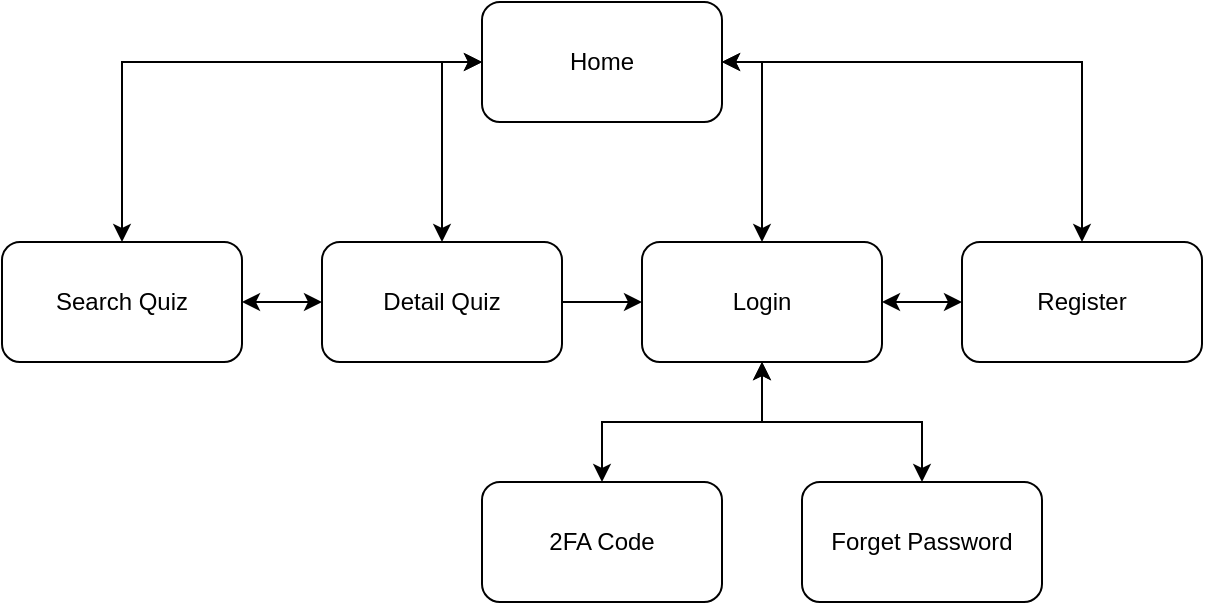
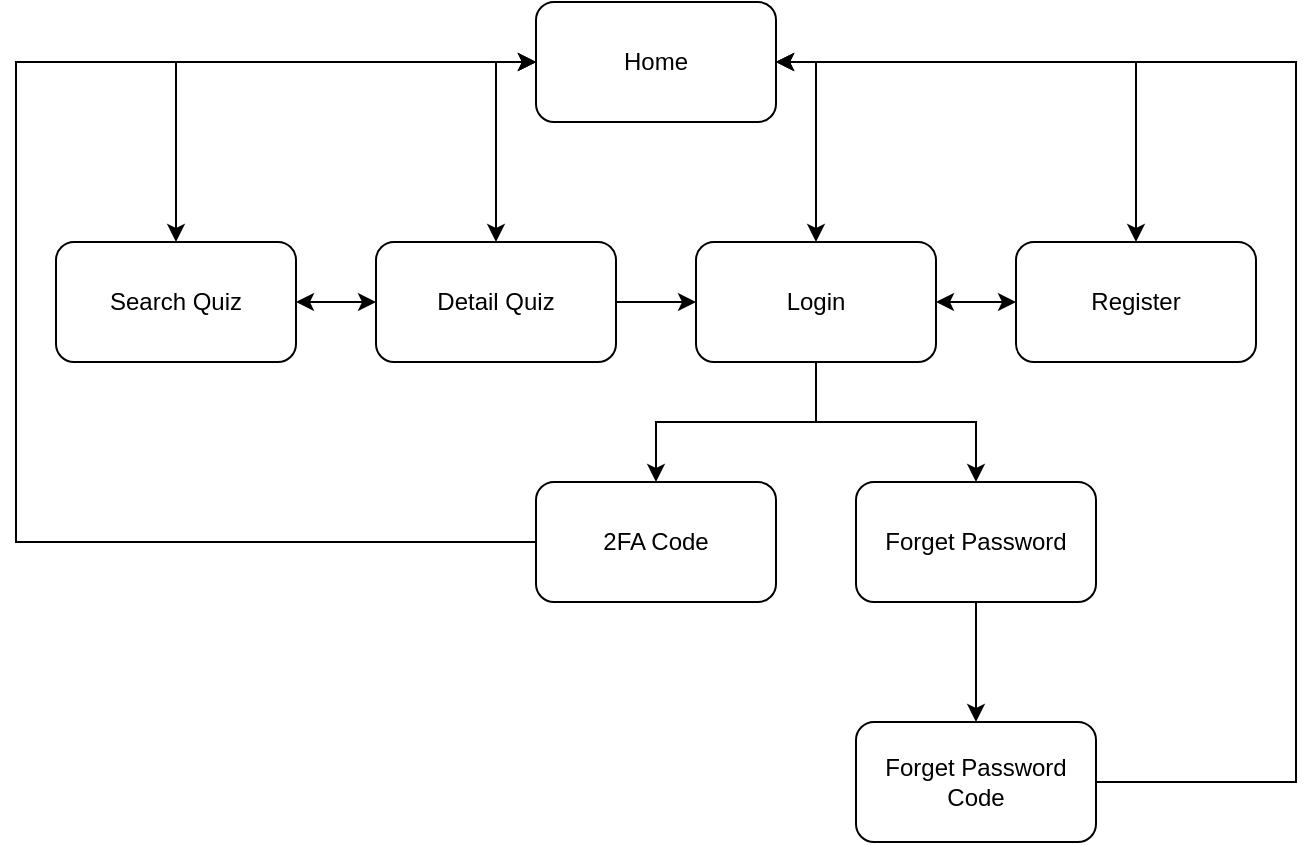
<mxfile host="app.diagrams.net" pages="4">
  <diagram name="Guest" id="KUCQBn0N8yB5e7eoIytW">
    <mxGraphModel grid="1" page="1" gridSize="10" guides="1" tooltips="1" connect="1" arrows="1" fold="1" pageScale="1" pageWidth="827" pageHeight="1169" math="0" shadow="0">
      <root>
        <mxCell id="0" />
        <mxCell id="1" parent="0" />
        <mxCell id="CHTWOvPcJbZyW675tblb-1" parent="1" style="rounded=1;whiteSpace=wrap;html=1;" value="Home" vertex="1">
          <mxGeometry height="60" width="120" x="200" y="120" as="geometry" />
        </mxCell>
        <mxCell id="CHTWOvPcJbZyW675tblb-2" parent="1" style="rounded=1;whiteSpace=wrap;html=1;" value="Login" vertex="1">
          <mxGeometry height="60" width="120" x="280" y="240" as="geometry" />
        </mxCell>
        <mxCell id="CHTWOvPcJbZyW675tblb-3" parent="1" style="rounded=1;whiteSpace=wrap;html=1;" value="Register" vertex="1">
          <mxGeometry height="60" width="120" x="440" y="240" as="geometry" />
        </mxCell>
        <mxCell id="CHTWOvPcJbZyW675tblb-4" parent="1" style="rounded=1;whiteSpace=wrap;html=1;" value="Detail Quiz" vertex="1">
          <mxGeometry height="60" width="120" x="120" y="240" as="geometry" />
        </mxCell>
        <mxCell id="CHTWOvPcJbZyW675tblb-5" parent="1" style="rounded=1;whiteSpace=wrap;html=1;" value="Search Quiz" vertex="1">
          <mxGeometry height="60" width="120" x="-40" y="240" as="geometry" />
        </mxCell>
        <mxCell id="CHTWOvPcJbZyW675tblb-6" edge="1" parent="1" source="CHTWOvPcJbZyW675tblb-5" style="endArrow=classic;startArrow=classic;html=1;rounded=0;entryX=0;entryY=0.5;entryDx=0;entryDy=0;exitX=0.5;exitY=0;exitDx=0;exitDy=0;" target="CHTWOvPcJbZyW675tblb-1" value="">
          <mxGeometry height="50" relative="1" width="50" as="geometry">
            <Array as="points">
              <mxPoint x="20" y="150" />
            </Array>
            <mxPoint x="50" y="210" as="sourcePoint" />
            <mxPoint x="100" y="160" as="targetPoint" />
          </mxGeometry>
        </mxCell>
        <mxCell id="CHTWOvPcJbZyW675tblb-7" edge="1" parent="1" source="CHTWOvPcJbZyW675tblb-4" style="endArrow=classic;startArrow=classic;html=1;rounded=0;entryX=0;entryY=0.5;entryDx=0;entryDy=0;exitX=0.5;exitY=0;exitDx=0;exitDy=0;" target="CHTWOvPcJbZyW675tblb-1" value="">
          <mxGeometry height="50" relative="1" width="50" as="geometry">
            <Array as="points">
              <mxPoint x="180" y="150" />
            </Array>
            <mxPoint x="130" y="240" as="sourcePoint" />
            <mxPoint x="180" y="190" as="targetPoint" />
          </mxGeometry>
        </mxCell>
        <mxCell id="CHTWOvPcJbZyW675tblb-8" edge="1" parent="1" source="CHTWOvPcJbZyW675tblb-2" style="endArrow=classic;startArrow=classic;html=1;rounded=0;entryX=1;entryY=0.5;entryDx=0;entryDy=0;exitX=0.5;exitY=0;exitDx=0;exitDy=0;" target="CHTWOvPcJbZyW675tblb-1" value="">
          <mxGeometry height="50" relative="1" width="50" as="geometry">
            <Array as="points">
              <mxPoint x="340" y="150" />
            </Array>
            <mxPoint x="210" y="260" as="sourcePoint" />
            <mxPoint x="260" y="210" as="targetPoint" />
          </mxGeometry>
        </mxCell>
        <mxCell id="CHTWOvPcJbZyW675tblb-9" edge="1" parent="1" source="CHTWOvPcJbZyW675tblb-3" style="endArrow=classic;startArrow=classic;html=1;rounded=0;entryX=1;entryY=0.5;entryDx=0;entryDy=0;exitX=0.5;exitY=0;exitDx=0;exitDy=0;" target="CHTWOvPcJbZyW675tblb-1" value="">
          <mxGeometry height="50" relative="1" width="50" as="geometry">
            <Array as="points">
              <mxPoint x="500" y="150" />
            </Array>
            <mxPoint x="370" y="200" as="sourcePoint" />
            <mxPoint x="420" y="150" as="targetPoint" />
          </mxGeometry>
        </mxCell>
        <mxCell id="CHTWOvPcJbZyW675tblb-10" edge="1" parent="1" source="CHTWOvPcJbZyW675tblb-5" style="endArrow=classic;startArrow=classic;html=1;rounded=0;entryX=0;entryY=0.5;entryDx=0;entryDy=0;exitX=1;exitY=0.5;exitDx=0;exitDy=0;" target="CHTWOvPcJbZyW675tblb-4" value="">
          <mxGeometry height="50" relative="1" width="50" as="geometry">
            <mxPoint x="20" y="390" as="sourcePoint" />
            <mxPoint x="70" y="340" as="targetPoint" />
          </mxGeometry>
        </mxCell>
        <mxCell id="CHTWOvPcJbZyW675tblb-11" edge="1" parent="1" source="CHTWOvPcJbZyW675tblb-2" style="endArrow=classic;startArrow=classic;html=1;rounded=0;entryX=0;entryY=0.5;entryDx=0;entryDy=0;exitX=1;exitY=0.5;exitDx=0;exitDy=0;" target="CHTWOvPcJbZyW675tblb-3" value="">
          <mxGeometry height="50" relative="1" width="50" as="geometry">
            <mxPoint x="350" y="400" as="sourcePoint" />
            <mxPoint x="400" y="350" as="targetPoint" />
          </mxGeometry>
        </mxCell>
        <mxCell id="CHTWOvPcJbZyW675tblb-12" parent="1" style="rounded=1;whiteSpace=wrap;html=1;" value="2FA Code" vertex="1">
          <mxGeometry height="60" width="120" x="200" y="360" as="geometry" />
        </mxCell>
-         <mxCell id="CHTWOvPcJbZyW675tblb-13" edge="1" parent="1" source="CHTWOvPcJbZyW675tblb-2" style="endArrow=classic;startArrow=classic;html=1;rounded=0;entryX=0.5;entryY=0;entryDx=0;entryDy=0;exitX=0.5;exitY=1;exitDx=0;exitDy=0;" target="CHTWOvPcJbZyW675tblb-12" value="">
+         <mxCell id="CHTWOvPcJbZyW675tblb-13" edge="1" parent="1" source="CHTWOvPcJbZyW675tblb-2" style="endArrow=classic;startArrow=none;html=1;rounded=0;entryX=0.5;entryY=0;entryDx=0;entryDy=0;exitX=0.5;exitY=1;exitDx=0;exitDy=0;startFill=0;" target="CHTWOvPcJbZyW675tblb-12" value="">
          <mxGeometry height="50" relative="1" width="50" as="geometry">
            <Array as="points">
              <mxPoint x="340" y="330" />
              <mxPoint x="260" y="330" />
            </Array>
            <mxPoint x="410" y="280" as="sourcePoint" />
            <mxPoint x="450" y="280" as="targetPoint" />
          </mxGeometry>
        </mxCell>
        <mxCell id="CHTWOvPcJbZyW675tblb-14" parent="1" style="rounded=1;whiteSpace=wrap;html=1;" value="Forget Password" vertex="1">
          <mxGeometry height="60" width="120" x="360" y="360" as="geometry" />
        </mxCell>
-         <mxCell id="CHTWOvPcJbZyW675tblb-15" edge="1" parent="1" source="CHTWOvPcJbZyW675tblb-2" style="endArrow=classic;startArrow=classic;html=1;rounded=0;entryX=0.5;entryY=0;entryDx=0;entryDy=0;exitX=0.5;exitY=1;exitDx=0;exitDy=0;" target="CHTWOvPcJbZyW675tblb-14" value="">
+         <mxCell id="CHTWOvPcJbZyW675tblb-15" edge="1" parent="1" source="CHTWOvPcJbZyW675tblb-2" style="endArrow=classic;startArrow=none;html=1;rounded=0;entryX=0.5;entryY=0;entryDx=0;entryDy=0;exitX=0.5;exitY=1;exitDx=0;exitDy=0;startFill=0;" target="CHTWOvPcJbZyW675tblb-14" value="">
          <mxGeometry height="50" relative="1" width="50" as="geometry">
            <Array as="points">
              <mxPoint x="340" y="330" />
              <mxPoint x="420" y="330" />
            </Array>
            <mxPoint x="380" y="330" as="sourcePoint" />
            <mxPoint x="300" y="390" as="targetPoint" />
          </mxGeometry>
        </mxCell>
        <mxCell id="CHTWOvPcJbZyW675tblb-16" edge="1" parent="1" source="CHTWOvPcJbZyW675tblb-4" style="endArrow=classic;html=1;rounded=0;exitX=1;exitY=0.5;exitDx=0;exitDy=0;entryX=0;entryY=0.5;entryDx=0;entryDy=0;" target="CHTWOvPcJbZyW675tblb-2" value="">
          <mxGeometry height="50" relative="1" width="50" as="geometry">
            <mxPoint x="220" y="250" as="sourcePoint" />
            <mxPoint x="270" y="200" as="targetPoint" />
+           </mxGeometry>
+         </mxCell>
+         <mxCell id="ZTgXzdYVBBAIo94NIcfQ-1" parent="1" style="rounded=1;whiteSpace=wrap;html=1;" value="Forget Password Code" vertex="1">
+           <mxGeometry height="60" width="120" x="360" y="480" as="geometry" />
+         </mxCell>
+         <mxCell id="ZTgXzdYVBBAIo94NIcfQ-2" edge="1" parent="1" source="CHTWOvPcJbZyW675tblb-14" style="endArrow=classic;html=1;rounded=0;exitX=0.5;exitY=1;exitDx=0;exitDy=0;entryX=0.5;entryY=0;entryDx=0;entryDy=0;" target="ZTgXzdYVBBAIo94NIcfQ-1" value="">
+           <mxGeometry height="50" relative="1" width="50" as="geometry">
+             <mxPoint x="250" y="510" as="sourcePoint" />
+             <mxPoint x="300" y="460" as="targetPoint" />
+           </mxGeometry>
+         </mxCell>
+         <mxCell id="ZTgXzdYVBBAIo94NIcfQ-3" edge="1" parent="1" source="ZTgXzdYVBBAIo94NIcfQ-1" style="endArrow=classic;html=1;rounded=0;exitX=1;exitY=0.5;exitDx=0;exitDy=0;entryX=1;entryY=0.5;entryDx=0;entryDy=0;" target="CHTWOvPcJbZyW675tblb-1" value="">
+           <mxGeometry height="50" relative="1" width="50" as="geometry">
+             <Array as="points">
+               <mxPoint x="580" y="510" />
+               <mxPoint x="580" y="150" />
+             </Array>
+             <mxPoint x="510" y="530" as="sourcePoint" />
+             <mxPoint x="560" y="480" as="targetPoint" />
+           </mxGeometry>
+         </mxCell>
+         <mxCell id="ZTgXzdYVBBAIo94NIcfQ-4" edge="1" parent="1" source="CHTWOvPcJbZyW675tblb-12" style="endArrow=classic;html=1;rounded=0;exitX=0;exitY=0.5;exitDx=0;exitDy=0;entryX=0;entryY=0.5;entryDx=0;entryDy=0;" target="CHTWOvPcJbZyW675tblb-1" value="">
+           <mxGeometry height="50" relative="1" width="50" as="geometry">
+             <Array as="points">
+               <mxPoint x="-60" y="390" />
+               <mxPoint x="-60" y="150" />
+             </Array>
+             <mxPoint x="70" y="480" as="sourcePoint" />
+             <mxPoint x="120" y="430" as="targetPoint" />
          </mxGeometry>
        </mxCell>
      </root>
    </mxGraphModel>
  </diagram>
  <diagram id="lvVxpNkjU3aE7w5F0-7b" name="User">
    <mxGraphModel grid="1" page="1" gridSize="10" guides="1" tooltips="1" connect="1" arrows="1" fold="1" pageScale="1" pageWidth="827" pageHeight="1169" math="0" shadow="0">
      <root>
        <mxCell id="0" />
        <mxCell id="1" parent="0" />
        <mxCell id="SeFLqmExIqDkL2UqYutC-1" parent="1" style="rounded=1;whiteSpace=wrap;html=1;" value="Home" vertex="1">
-           <mxGeometry height="60" width="120" x="400" y="200" as="geometry" />
+           <mxGeometry height="60" width="120" x="480" y="200" as="geometry" />
        </mxCell>
        <mxCell id="SeFLqmExIqDkL2UqYutC-2" parent="1" style="rounded=1;whiteSpace=wrap;html=1;" value="Detail Quiz" vertex="1">
          <mxGeometry height="60" width="120" x="320" y="320" as="geometry" />
        </mxCell>
        <mxCell id="SeFLqmExIqDkL2UqYutC-3" parent="1" style="rounded=1;whiteSpace=wrap;html=1;" value="Search Quiz" vertex="1">
          <mxGeometry height="60" width="120" x="160" y="320" as="geometry" />
        </mxCell>
        <mxCell id="SeFLqmExIqDkL2UqYutC-4" edge="1" parent="1" source="SeFLqmExIqDkL2UqYutC-3" style="endArrow=classic;startArrow=classic;html=1;rounded=0;entryX=0;entryY=0.5;entryDx=0;entryDy=0;exitX=0.5;exitY=0;exitDx=0;exitDy=0;" target="SeFLqmExIqDkL2UqYutC-1" value="">
          <mxGeometry height="50" relative="1" width="50" as="geometry">
            <Array as="points">
              <mxPoint x="220" y="230" />
            </Array>
            <mxPoint x="250" y="290" as="sourcePoint" />
            <mxPoint x="300" y="240" as="targetPoint" />
          </mxGeometry>
        </mxCell>
        <mxCell id="SeFLqmExIqDkL2UqYutC-5" edge="1" parent="1" source="SeFLqmExIqDkL2UqYutC-2" style="endArrow=classic;startArrow=classic;html=1;rounded=0;entryX=0;entryY=0.5;entryDx=0;entryDy=0;exitX=0.5;exitY=0;exitDx=0;exitDy=0;" target="SeFLqmExIqDkL2UqYutC-1" value="">
          <mxGeometry height="50" relative="1" width="50" as="geometry">
            <Array as="points">
              <mxPoint x="380" y="230" />
            </Array>
            <mxPoint x="330" y="320" as="sourcePoint" />
            <mxPoint x="380" y="270" as="targetPoint" />
          </mxGeometry>
        </mxCell>
        <mxCell id="SeFLqmExIqDkL2UqYutC-6" edge="1" parent="1" source="SeFLqmExIqDkL2UqYutC-3" style="endArrow=classic;startArrow=classic;html=1;rounded=0;entryX=0;entryY=0.5;entryDx=0;entryDy=0;exitX=1;exitY=0.5;exitDx=0;exitDy=0;" target="SeFLqmExIqDkL2UqYutC-2" value="">
          <mxGeometry height="50" relative="1" width="50" as="geometry">
            <mxPoint x="220" y="470" as="sourcePoint" />
            <mxPoint x="270" y="420" as="targetPoint" />
          </mxGeometry>
        </mxCell>
        <mxCell id="SeFLqmExIqDkL2UqYutC-8" parent="1" style="rounded=1;whiteSpace=wrap;html=1;" value="Profile" vertex="1">
          <mxGeometry height="60" width="120" x="640" y="320" as="geometry" />
        </mxCell>
        <mxCell id="SeFLqmExIqDkL2UqYutC-9" parent="1" style="rounded=1;whiteSpace=wrap;html=1;" value="Join Quiz" vertex="1">
          <mxGeometry height="60" width="120" x="480" y="320" as="geometry" />
        </mxCell>
        <mxCell id="SeFLqmExIqDkL2UqYutC-10" edge="1" parent="1" source="SeFLqmExIqDkL2UqYutC-8" style="endArrow=classic;startArrow=classic;html=1;rounded=0;exitX=0.5;exitY=0;exitDx=0;exitDy=0;entryX=1;entryY=0.5;entryDx=0;entryDy=0;" target="SeFLqmExIqDkL2UqYutC-1" value="">
          <mxGeometry height="50" relative="1" width="50" as="geometry">
            <Array as="points">
              <mxPoint x="700" y="230" />
            </Array>
            <mxPoint x="570" y="290" as="sourcePoint" />
            <mxPoint x="620" y="240" as="targetPoint" />
          </mxGeometry>
        </mxCell>
-         <mxCell id="SeFLqmExIqDkL2UqYutC-11" edge="1" parent="1" source="SeFLqmExIqDkL2UqYutC-9" style="endArrow=classic;startArrow=classic;html=1;rounded=0;entryX=1;entryY=0.5;entryDx=0;entryDy=0;exitX=0.5;exitY=0;exitDx=0;exitDy=0;" target="SeFLqmExIqDkL2UqYutC-1" value="">
-           <mxGeometry height="50" relative="1" width="50" as="geometry">
-             <Array as="points">
-               <mxPoint x="540" y="230" />
-             </Array>
+         <mxCell id="SeFLqmExIqDkL2UqYutC-11" edge="1" parent="1" source="SeFLqmExIqDkL2UqYutC-9" style="endArrow=classic;startArrow=classic;html=1;rounded=0;entryX=0.5;entryY=1;entryDx=0;entryDy=0;exitX=0.5;exitY=0;exitDx=0;exitDy=0;" target="SeFLqmExIqDkL2UqYutC-1" value="">
+           <mxGeometry height="50" relative="1" width="50" as="geometry">
+             <Array as="points" />
            <mxPoint x="550" y="300" as="sourcePoint" />
            <mxPoint x="600" y="250" as="targetPoint" />
          </mxGeometry>
        </mxCell>
        <mxCell id="SeFLqmExIqDkL2UqYutC-12" parent="1" style="rounded=1;whiteSpace=wrap;html=1;" value="Quiz Room" vertex="1">
          <mxGeometry height="60" width="120" x="400" y="440" as="geometry" />
        </mxCell>
        <mxCell id="SeFLqmExIqDkL2UqYutC-14" edge="1" parent="1" source="SeFLqmExIqDkL2UqYutC-12" style="endArrow=none;startArrow=classic;html=1;rounded=0;exitX=0.5;exitY=0;exitDx=0;exitDy=0;entryX=0.5;entryY=1;entryDx=0;entryDy=0;startFill=1;endFill=0;" target="SeFLqmExIqDkL2UqYutC-2" value="">
          <mxGeometry height="50" relative="1" width="50" as="geometry">
            <Array as="points">
              <mxPoint x="460" y="410" />
              <mxPoint x="380" y="410" />
            </Array>
            <mxPoint x="250" y="490" as="sourcePoint" />
            <mxPoint x="300" y="440" as="targetPoint" />
          </mxGeometry>
        </mxCell>
        <mxCell id="SeFLqmExIqDkL2UqYutC-15" edge="1" parent="1" source="SeFLqmExIqDkL2UqYutC-12" style="endArrow=none;startArrow=classic;html=1;rounded=0;entryX=0.5;entryY=1;entryDx=0;entryDy=0;exitX=0.5;exitY=0;exitDx=0;exitDy=0;endFill=0;" target="SeFLqmExIqDkL2UqYutC-9" value="">
          <mxGeometry height="50" relative="1" width="50" as="geometry">
            <Array as="points">
              <mxPoint x="460" y="410" />
              <mxPoint x="540" y="410" />
            </Array>
            <mxPoint x="540" y="480" as="sourcePoint" />
            <mxPoint x="590" y="430" as="targetPoint" />
          </mxGeometry>
        </mxCell>
        <mxCell id="SeFLqmExIqDkL2UqYutC-16" parent="1" style="rounded=1;whiteSpace=wrap;html=1;" value="Comment" vertex="1">
          <mxGeometry height="60" width="120" x="-400" y="440" as="geometry" />
        </mxCell>
        <mxCell id="SeFLqmExIqDkL2UqYutC-17" edge="1" parent="1" source="SeFLqmExIqDkL2UqYutC-16" style="endArrow=classic;startArrow=classic;html=1;rounded=0;entryX=0.25;entryY=1;entryDx=0;entryDy=0;exitX=0.5;exitY=0;exitDx=0;exitDy=0;" target="SeFLqmExIqDkL2UqYutC-2" value="">
          <mxGeometry height="50" relative="1" width="50" as="geometry">
            <Array as="points">
              <mxPoint x="-340" y="410" />
              <mxPoint x="350" y="410" />
            </Array>
            <mxPoint x="60" y="490" as="sourcePoint" />
            <mxPoint x="110" y="440" as="targetPoint" />
          </mxGeometry>
        </mxCell>
        <mxCell id="SeFLqmExIqDkL2UqYutC-18" parent="1" style="rounded=1;whiteSpace=wrap;html=1;" value="Security" vertex="1">
          <mxGeometry height="60" width="120" x="560" y="440" as="geometry" />
        </mxCell>
        <mxCell id="SeFLqmExIqDkL2UqYutC-19" edge="1" parent="1" source="SeFLqmExIqDkL2UqYutC-18" style="endArrow=classic;startArrow=classic;html=1;rounded=0;entryX=0.5;entryY=1;entryDx=0;entryDy=0;exitX=0.5;exitY=0;exitDx=0;exitDy=0;" target="SeFLqmExIqDkL2UqYutC-8" value="">
          <mxGeometry height="50" relative="1" width="50" as="geometry">
            <Array as="points">
              <mxPoint x="620" y="410" />
              <mxPoint x="700" y="410" />
            </Array>
            <mxPoint x="460" y="470" as="sourcePoint" />
            <mxPoint x="510" y="420" as="targetPoint" />
          </mxGeometry>
        </mxCell>
        <mxCell id="SeFLqmExIqDkL2UqYutC-20" parent="1" style="rounded=1;whiteSpace=wrap;html=1;" value="Quiz" vertex="1">
          <mxGeometry height="60" width="120" x="400" y="560" as="geometry" />
        </mxCell>
        <mxCell id="SeFLqmExIqDkL2UqYutC-22" edge="1" parent="1" source="SeFLqmExIqDkL2UqYutC-12" style="endArrow=classic;html=1;rounded=0;exitX=0.5;exitY=1;exitDx=0;exitDy=0;entryX=0.5;entryY=0;entryDx=0;entryDy=0;" target="SeFLqmExIqDkL2UqYutC-20" value="">
          <mxGeometry height="50" relative="1" width="50" as="geometry">
            <mxPoint x="410" y="560" as="sourcePoint" />
            <mxPoint x="460" y="510" as="targetPoint" />
          </mxGeometry>
        </mxCell>
        <mxCell id="SeFLqmExIqDkL2UqYutC-23" edge="1" parent="1" source="SeFLqmExIqDkL2UqYutC-60" style="endArrow=classic;html=1;rounded=0;exitX=0;exitY=0.5;exitDx=0;exitDy=0;entryX=0.25;entryY=1;entryDx=0;entryDy=0;" target="SeFLqmExIqDkL2UqYutC-2" value="">
          <mxGeometry height="50" relative="1" width="50" as="geometry">
            <Array as="points">
              <mxPoint x="370" y="710" />
              <mxPoint x="370" y="410" />
              <mxPoint x="350" y="410" />
            </Array>
            <mxPoint x="560" y="630" as="sourcePoint" />
            <mxPoint x="610" y="580" as="targetPoint" />
          </mxGeometry>
        </mxCell>
        <mxCell id="SeFLqmExIqDkL2UqYutC-24" parent="1" style="rounded=1;whiteSpace=wrap;html=1;" value="Edit Profile" vertex="1">
          <mxGeometry height="60" width="120" x="720" y="440" as="geometry" />
        </mxCell>
        <mxCell id="SeFLqmExIqDkL2UqYutC-25" parent="1" style="rounded=1;whiteSpace=wrap;html=1;" value="Delete Account" vertex="1">
          <mxGeometry height="60" width="120" x="880" y="440" as="geometry" />
        </mxCell>
        <mxCell id="SeFLqmExIqDkL2UqYutC-27" edge="1" parent="1" source="SeFLqmExIqDkL2UqYutC-24" style="endArrow=classic;startArrow=classic;html=1;rounded=0;exitX=0.5;exitY=0;exitDx=0;exitDy=0;entryX=0.5;entryY=1;entryDx=0;entryDy=0;" target="SeFLqmExIqDkL2UqYutC-8" value="">
          <mxGeometry height="50" relative="1" width="50" as="geometry">
            <Array as="points">
              <mxPoint x="780" y="410" />
              <mxPoint x="700" y="410" />
            </Array>
            <mxPoint x="770" y="420" as="sourcePoint" />
            <mxPoint x="820" y="370" as="targetPoint" />
          </mxGeometry>
        </mxCell>
        <mxCell id="SeFLqmExIqDkL2UqYutC-28" edge="1" parent="1" source="SeFLqmExIqDkL2UqYutC-25" style="endArrow=classic;startArrow=classic;html=1;rounded=0;exitX=0.5;exitY=0;exitDx=0;exitDy=0;entryX=0.5;entryY=1;entryDx=0;entryDy=0;" target="SeFLqmExIqDkL2UqYutC-8" value="">
          <mxGeometry height="50" relative="1" width="50" as="geometry">
            <Array as="points">
              <mxPoint x="940" y="410" />
              <mxPoint x="700" y="410" />
            </Array>
            <mxPoint x="980" y="480" as="sourcePoint" />
            <mxPoint x="820" y="420" as="targetPoint" />
          </mxGeometry>
        </mxCell>
        <mxCell id="SeFLqmExIqDkL2UqYutC-70" edge="1" parent="1" source="SeFLqmExIqDkL2UqYutC-29" style="edgeStyle=orthogonalEdgeStyle;rounded=0;orthogonalLoop=1;jettySize=auto;html=1;" target="SeFLqmExIqDkL2UqYutC-69" value="">
          <mxGeometry relative="1" as="geometry" />
        </mxCell>
        <mxCell id="SeFLqmExIqDkL2UqYutC-29" parent="1" style="rounded=1;whiteSpace=wrap;html=1;" value="Enable / Disable 2FA" vertex="1">
          <mxGeometry height="60" width="120" x="560" y="560" as="geometry" />
        </mxCell>
        <mxCell id="SeFLqmExIqDkL2UqYutC-30" edge="1" parent="1" source="SeFLqmExIqDkL2UqYutC-29" style="endArrow=classic;startArrow=classic;html=1;rounded=0;entryX=0.5;entryY=1;entryDx=0;entryDy=0;exitX=0.5;exitY=0;exitDx=0;exitDy=0;" target="SeFLqmExIqDkL2UqYutC-18" value="">
          <mxGeometry height="50" relative="1" width="50" as="geometry">
            <Array as="points">
              <mxPoint x="620" y="530" />
            </Array>
            <mxPoint x="570" y="560" as="sourcePoint" />
            <mxPoint x="620" y="510" as="targetPoint" />
          </mxGeometry>
        </mxCell>
        <mxCell id="SeFLqmExIqDkL2UqYutC-75" edge="1" parent="1" source="SeFLqmExIqDkL2UqYutC-31" style="edgeStyle=orthogonalEdgeStyle;rounded=0;orthogonalLoop=1;jettySize=auto;html=1;" target="SeFLqmExIqDkL2UqYutC-74" value="">
          <mxGeometry relative="1" as="geometry" />
        </mxCell>
        <mxCell id="SeFLqmExIqDkL2UqYutC-31" parent="1" style="rounded=1;whiteSpace=wrap;html=1;" value="Verify Email" vertex="1">
          <mxGeometry height="60" width="120" x="720" y="560" as="geometry" />
        </mxCell>
        <mxCell id="SeFLqmExIqDkL2UqYutC-32" edge="1" parent="1" source="SeFLqmExIqDkL2UqYutC-31" style="endArrow=classic;startArrow=classic;html=1;rounded=0;entryX=0.5;entryY=1;entryDx=0;entryDy=0;exitX=0.5;exitY=0;exitDx=0;exitDy=0;" target="SeFLqmExIqDkL2UqYutC-18" value="">
          <mxGeometry height="50" relative="1" width="50" as="geometry">
            <Array as="points">
              <mxPoint x="780" y="530" />
              <mxPoint x="620" y="530" />
            </Array>
            <mxPoint x="680" y="580" as="sourcePoint" />
            <mxPoint x="730" y="530" as="targetPoint" />
          </mxGeometry>
        </mxCell>
        <mxCell id="SeFLqmExIqDkL2UqYutC-33" parent="1" style="rounded=1;whiteSpace=wrap;html=1;" value="My Quiz" vertex="1">
          <mxGeometry height="60" width="120" x="1040" y="320" as="geometry" />
        </mxCell>
        <mxCell id="SeFLqmExIqDkL2UqYutC-34" edge="1" parent="1" source="SeFLqmExIqDkL2UqYutC-33" style="endArrow=classic;startArrow=classic;html=1;rounded=0;exitX=0.5;exitY=0;exitDx=0;exitDy=0;entryX=1;entryY=0.5;entryDx=0;entryDy=0;" target="SeFLqmExIqDkL2UqYutC-1" value="">
          <mxGeometry height="50" relative="1" width="50" as="geometry">
            <Array as="points">
              <mxPoint x="1100" y="230" />
            </Array>
            <mxPoint x="790" y="330" as="sourcePoint" />
            <mxPoint x="840" y="280" as="targetPoint" />
          </mxGeometry>
        </mxCell>
        <mxCell id="SeFLqmExIqDkL2UqYutC-35" parent="1" style="rounded=1;whiteSpace=wrap;html=1;" value="Create Quiz" vertex="1">
          <mxGeometry height="60" width="120" x="1040" y="440" as="geometry" />
        </mxCell>
        <mxCell id="SeFLqmExIqDkL2UqYutC-36" parent="1" style="rounded=1;whiteSpace=wrap;html=1;" value="Preview Quiz" vertex="1">
          <mxGeometry height="60" width="120" x="1200" y="560" as="geometry" />
        </mxCell>
        <mxCell id="SeFLqmExIqDkL2UqYutC-37" parent="1" style="rounded=1;whiteSpace=wrap;html=1;" value="Edit Quiz" vertex="1">
          <mxGeometry height="60" width="120" x="1360" y="560" as="geometry" />
        </mxCell>
        <mxCell id="SeFLqmExIqDkL2UqYutC-38" parent="1" style="rounded=1;whiteSpace=wrap;html=1;" value="History Quiz" vertex="1">
          <mxGeometry height="60" width="120" x="-560" y="320" as="geometry" />
        </mxCell>
        <mxCell id="SeFLqmExIqDkL2UqYutC-39" edge="1" parent="1" source="SeFLqmExIqDkL2UqYutC-38" style="endArrow=classic;startArrow=classic;html=1;rounded=0;entryX=0;entryY=0.5;entryDx=0;entryDy=0;exitX=0.5;exitY=0;exitDx=0;exitDy=0;" target="SeFLqmExIqDkL2UqYutC-1" value="">
          <mxGeometry height="50" relative="1" width="50" as="geometry">
            <Array as="points">
              <mxPoint x="-500" y="230" />
            </Array>
            <mxPoint x="50" y="300" as="sourcePoint" />
            <mxPoint x="100" y="250" as="targetPoint" />
          </mxGeometry>
        </mxCell>
        <mxCell id="SeFLqmExIqDkL2UqYutC-40" parent="1" style="rounded=1;whiteSpace=wrap;html=1;" value="Detail History Quiz" vertex="1">
          <mxGeometry height="60" width="120" x="-560" y="440" as="geometry" />
        </mxCell>
        <mxCell id="SeFLqmExIqDkL2UqYutC-41" edge="1" parent="1" source="SeFLqmExIqDkL2UqYutC-40" style="endArrow=classic;startArrow=classic;html=1;rounded=0;entryX=0.5;entryY=1;entryDx=0;entryDy=0;exitX=0.5;exitY=0;exitDx=0;exitDy=0;" target="SeFLqmExIqDkL2UqYutC-38" value="">
          <mxGeometry height="50" relative="1" width="50" as="geometry">
            <mxPoint x="-610" y="460" as="sourcePoint" />
            <mxPoint x="-520" y="370" as="targetPoint" />
          </mxGeometry>
        </mxCell>
        <mxCell id="SeFLqmExIqDkL2UqYutC-42" edge="1" parent="1" source="SeFLqmExIqDkL2UqYutC-35" style="endArrow=classic;startArrow=classic;html=1;rounded=0;entryX=0.5;entryY=1;entryDx=0;entryDy=0;exitX=0.5;exitY=0;exitDx=0;exitDy=0;" target="SeFLqmExIqDkL2UqYutC-33" value="">
          <mxGeometry height="50" relative="1" width="50" as="geometry">
            <mxPoint x="1120" y="470" as="sourcePoint" />
            <mxPoint x="1170" y="420" as="targetPoint" />
          </mxGeometry>
        </mxCell>
        <mxCell id="SeFLqmExIqDkL2UqYutC-45" parent="1" style="rounded=1;whiteSpace=wrap;html=1;" value="Detail Quiz" vertex="1">
          <mxGeometry height="60" width="120" x="1200" y="440" as="geometry" />
        </mxCell>
        <mxCell id="SeFLqmExIqDkL2UqYutC-46" edge="1" parent="1" source="SeFLqmExIqDkL2UqYutC-45" style="endArrow=classic;startArrow=classic;html=1;rounded=0;exitX=0.5;exitY=0;exitDx=0;exitDy=0;entryX=0.5;entryY=1;entryDx=0;entryDy=0;" target="SeFLqmExIqDkL2UqYutC-33" value="">
          <mxGeometry height="50" relative="1" width="50" as="geometry">
            <Array as="points">
              <mxPoint x="1260" y="410" />
              <mxPoint x="1100" y="410" />
            </Array>
            <mxPoint x="1230" y="420" as="sourcePoint" />
            <mxPoint x="1280" y="370" as="targetPoint" />
          </mxGeometry>
        </mxCell>
        <mxCell id="SeFLqmExIqDkL2UqYutC-47" edge="1" parent="1" source="SeFLqmExIqDkL2UqYutC-36" style="endArrow=classic;startArrow=classic;html=1;rounded=0;entryX=0.5;entryY=1;entryDx=0;entryDy=0;exitX=0.5;exitY=0;exitDx=0;exitDy=0;" target="SeFLqmExIqDkL2UqYutC-45" value="">
          <mxGeometry height="50" relative="1" width="50" as="geometry">
            <Array as="points" />
            <mxPoint x="1040" y="600" as="sourcePoint" />
            <mxPoint x="1090" y="550" as="targetPoint" />
          </mxGeometry>
        </mxCell>
        <mxCell id="SeFLqmExIqDkL2UqYutC-48" edge="1" parent="1" source="SeFLqmExIqDkL2UqYutC-62" style="endArrow=classic;startArrow=classic;html=1;rounded=0;exitX=0.5;exitY=0;exitDx=0;exitDy=0;entryX=0.5;entryY=1;entryDx=0;entryDy=0;" target="SeFLqmExIqDkL2UqYutC-45" value="">
          <mxGeometry height="50" relative="1" width="50" as="geometry">
            <Array as="points">
              <mxPoint x="1580" y="530" />
              <mxPoint x="1260" y="530" />
            </Array>
            <mxPoint x="1350" y="540" as="sourcePoint" />
            <mxPoint x="1400" y="490" as="targetPoint" />
          </mxGeometry>
        </mxCell>
        <mxCell id="SeFLqmExIqDkL2UqYutC-49" parent="1" style="rounded=1;whiteSpace=wrap;html=1;" value="on / off AI&amp;nbsp;Learning Feature" vertex="1">
          <mxGeometry height="60" width="120" x="1040" y="560" as="geometry" />
        </mxCell>
        <mxCell id="SeFLqmExIqDkL2UqYutC-51" edge="1" parent="1" source="SeFLqmExIqDkL2UqYutC-49" style="endArrow=classic;startArrow=classic;html=1;rounded=0;entryX=0.5;entryY=1;entryDx=0;entryDy=0;exitX=0.5;exitY=0;exitDx=0;exitDy=0;" target="SeFLqmExIqDkL2UqYutC-45" value="">
          <mxGeometry height="50" relative="1" width="50" as="geometry">
            <Array as="points">
              <mxPoint x="1100" y="530" />
              <mxPoint x="1260" y="530" />
            </Array>
            <mxPoint x="1100" y="570" as="sourcePoint" />
            <mxPoint x="1150" y="520" as="targetPoint" />
          </mxGeometry>
        </mxCell>
        <mxCell id="SeFLqmExIqDkL2UqYutC-52" parent="1" style="rounded=1;whiteSpace=wrap;html=1;" value="Lesson Material" vertex="1">
          <mxGeometry height="60" width="120" x="-240" y="440" as="geometry" />
        </mxCell>
        <mxCell id="SeFLqmExIqDkL2UqYutC-53" edge="1" parent="1" source="SeFLqmExIqDkL2UqYutC-52" style="endArrow=classic;startArrow=classic;html=1;rounded=0;entryX=0.25;entryY=1;entryDx=0;entryDy=0;exitX=0.5;exitY=0;exitDx=0;exitDy=0;" target="SeFLqmExIqDkL2UqYutC-2" value="">
          <mxGeometry height="50" relative="1" width="50" as="geometry">
            <Array as="points">
              <mxPoint x="-180" y="410" />
              <mxPoint x="350" y="410" />
            </Array>
            <mxPoint x="230" y="570" as="sourcePoint" />
            <mxPoint x="280" y="520" as="targetPoint" />
          </mxGeometry>
        </mxCell>
        <mxCell id="SeFLqmExIqDkL2UqYutC-54" parent="1" style="rounded=1;whiteSpace=wrap;html=1;" value="AI-powered chat learning feature" vertex="1">
          <mxGeometry height="60" width="120" x="-80" y="440" as="geometry" />
        </mxCell>
        <mxCell id="SeFLqmExIqDkL2UqYutC-55" edge="1" parent="1" source="SeFLqmExIqDkL2UqYutC-54" style="endArrow=classic;startArrow=classic;html=1;rounded=0;entryX=0.25;entryY=1;entryDx=0;entryDy=0;exitX=0.5;exitY=0;exitDx=0;exitDy=0;" target="SeFLqmExIqDkL2UqYutC-2" value="">
          <mxGeometry height="50" relative="1" width="50" as="geometry">
            <Array as="points">
              <mxPoint x="-20" y="410" />
              <mxPoint x="350" y="410" />
            </Array>
            <mxPoint x="190" y="600" as="sourcePoint" />
            <mxPoint x="240" y="550" as="targetPoint" />
          </mxGeometry>
        </mxCell>
        <mxCell id="SeFLqmExIqDkL2UqYutC-56" parent="1" style="rounded=1;whiteSpace=wrap;html=1;" value="Save Quiz" vertex="1">
          <mxGeometry height="60" width="120" x="80" y="440" as="geometry" />
        </mxCell>
        <mxCell id="SeFLqmExIqDkL2UqYutC-57" parent="1" style="rounded=1;whiteSpace=wrap;html=1;" value="Favorite Quiz" vertex="1">
          <mxGeometry height="60" width="120" x="240" y="440" as="geometry" />
        </mxCell>
        <mxCell id="SeFLqmExIqDkL2UqYutC-58" edge="1" parent="1" source="SeFLqmExIqDkL2UqYutC-57" style="endArrow=classic;startArrow=classic;html=1;rounded=0;entryX=0.25;entryY=1;entryDx=0;entryDy=0;exitX=0.5;exitY=0;exitDx=0;exitDy=0;" target="SeFLqmExIqDkL2UqYutC-2" value="">
          <mxGeometry height="50" relative="1" width="50" as="geometry">
            <Array as="points">
              <mxPoint x="300" y="410" />
              <mxPoint x="350" y="410" />
            </Array>
            <mxPoint x="180" y="570" as="sourcePoint" />
            <mxPoint x="230" y="520" as="targetPoint" />
          </mxGeometry>
        </mxCell>
        <mxCell id="SeFLqmExIqDkL2UqYutC-59" edge="1" parent="1" source="SeFLqmExIqDkL2UqYutC-56" style="endArrow=classic;startArrow=classic;html=1;rounded=0;entryX=0.25;entryY=1;entryDx=0;entryDy=0;exitX=0.5;exitY=0;exitDx=0;exitDy=0;" target="SeFLqmExIqDkL2UqYutC-2" value="">
          <mxGeometry height="50" relative="1" width="50" as="geometry">
            <Array as="points">
              <mxPoint x="140" y="410" />
              <mxPoint x="350" y="410" />
            </Array>
            <mxPoint x="140" y="560" as="sourcePoint" />
            <mxPoint x="190" y="510" as="targetPoint" />
          </mxGeometry>
        </mxCell>
        <mxCell id="SeFLqmExIqDkL2UqYutC-60" parent="1" style="rounded=1;whiteSpace=wrap;html=1;" value="Quiz Result" vertex="1">
          <mxGeometry height="60" width="120" x="400" y="680" as="geometry" />
        </mxCell>
        <mxCell id="SeFLqmExIqDkL2UqYutC-61" edge="1" parent="1" source="SeFLqmExIqDkL2UqYutC-20" style="endArrow=classic;html=1;rounded=0;exitX=0.5;exitY=1;exitDx=0;exitDy=0;entryX=0.5;entryY=0;entryDx=0;entryDy=0;" target="SeFLqmExIqDkL2UqYutC-60" value="">
          <mxGeometry height="50" relative="1" width="50" as="geometry">
            <mxPoint x="320" y="710" as="sourcePoint" />
            <mxPoint x="370" y="660" as="targetPoint" />
          </mxGeometry>
        </mxCell>
        <mxCell id="SeFLqmExIqDkL2UqYutC-68" edge="1" parent="1" source="SeFLqmExIqDkL2UqYutC-62" style="edgeStyle=orthogonalEdgeStyle;rounded=0;orthogonalLoop=1;jettySize=auto;html=1;startArrow=classic;startFill=1;" target="SeFLqmExIqDkL2UqYutC-67" value="">
          <mxGeometry relative="1" as="geometry" />
        </mxCell>
        <mxCell id="SeFLqmExIqDkL2UqYutC-62" parent="1" style="rounded=1;whiteSpace=wrap;html=1;" value="Delete Quiz" vertex="1">
          <mxGeometry height="60" width="120" x="1520" y="560" as="geometry" />
        </mxCell>
        <mxCell id="SeFLqmExIqDkL2UqYutC-63" edge="1" parent="1" source="SeFLqmExIqDkL2UqYutC-45" style="endArrow=classic;startArrow=classic;html=1;rounded=0;exitX=0.5;exitY=1;exitDx=0;exitDy=0;entryX=0.5;entryY=0;entryDx=0;entryDy=0;" target="SeFLqmExIqDkL2UqYutC-37" value="">
          <mxGeometry height="50" relative="1" width="50" as="geometry">
            <Array as="points">
              <mxPoint x="1260" y="530" />
              <mxPoint x="1420" y="530" />
            </Array>
            <mxPoint x="1380" y="500" as="sourcePoint" />
            <mxPoint x="1430" y="450" as="targetPoint" />
          </mxGeometry>
        </mxCell>
        <mxCell id="SeFLqmExIqDkL2UqYutC-64" parent="1" style="rounded=1;whiteSpace=wrap;html=1;" value="Confirmation Delete Account" vertex="1">
          <mxGeometry height="60" width="120" x="880" y="560" as="geometry" />
        </mxCell>
        <mxCell id="SeFLqmExIqDkL2UqYutC-66" edge="1" parent="1" source="SeFLqmExIqDkL2UqYutC-64" style="endArrow=classic;startArrow=classic;html=1;rounded=0;entryX=0.5;entryY=1;entryDx=0;entryDy=0;exitX=0.5;exitY=0;exitDx=0;exitDy=0;" target="SeFLqmExIqDkL2UqYutC-25" value="">
          <mxGeometry height="50" relative="1" width="50" as="geometry">
            <mxPoint x="810" y="590" as="sourcePoint" />
            <mxPoint x="860" y="540" as="targetPoint" />
          </mxGeometry>
        </mxCell>
        <mxCell id="SeFLqmExIqDkL2UqYutC-67" parent="1" style="rounded=1;whiteSpace=wrap;html=1;" value="Confirmation Delete Quiz" vertex="1">
          <mxGeometry height="60" width="120" x="1520" y="680" as="geometry" />
        </mxCell>
        <mxCell id="SeFLqmExIqDkL2UqYutC-73" edge="1" parent="1" source="SeFLqmExIqDkL2UqYutC-69" style="edgeStyle=orthogonalEdgeStyle;rounded=0;orthogonalLoop=1;jettySize=auto;html=1;" target="SeFLqmExIqDkL2UqYutC-72" value="">
          <mxGeometry relative="1" as="geometry" />
        </mxCell>
        <mxCell id="SeFLqmExIqDkL2UqYutC-69" parent="1" style="rounded=1;whiteSpace=wrap;html=1;" value="2FA Setup" vertex="1">
          <mxGeometry height="60" width="120" x="560" y="680" as="geometry" />
        </mxCell>
        <mxCell id="SeFLqmExIqDkL2UqYutC-71" edge="1" parent="1" source="SeFLqmExIqDkL2UqYutC-72" style="endArrow=classic;startArrow=none;html=1;rounded=0;entryX=0;entryY=0.5;entryDx=0;entryDy=0;exitX=0;exitY=0.5;exitDx=0;exitDy=0;startFill=0;" target="SeFLqmExIqDkL2UqYutC-18" value="">
          <mxGeometry height="50" relative="1" width="50" as="geometry">
            <Array as="points">
              <mxPoint x="540" y="830" />
              <mxPoint x="540" y="470" />
            </Array>
            <mxPoint x="490" y="690" as="sourcePoint" />
            <mxPoint x="540" y="640" as="targetPoint" />
          </mxGeometry>
        </mxCell>
        <mxCell id="SeFLqmExIqDkL2UqYutC-72" parent="1" style="rounded=1;whiteSpace=wrap;html=1;" value="2FA Code Confirmation" vertex="1">
          <mxGeometry height="60" width="120" x="560" y="800" as="geometry" />
        </mxCell>
        <mxCell id="SeFLqmExIqDkL2UqYutC-74" parent="1" style="rounded=1;whiteSpace=wrap;html=1;" value="Email Code Confirmation" vertex="1">
          <mxGeometry height="60" width="120" x="720" y="680" as="geometry" />
        </mxCell>
        <mxCell id="SeFLqmExIqDkL2UqYutC-76" edge="1" parent="1" source="SeFLqmExIqDkL2UqYutC-74" style="endArrow=classic;html=1;rounded=0;exitX=0.5;exitY=1;exitDx=0;exitDy=0;entryX=0;entryY=0.5;entryDx=0;entryDy=0;" target="SeFLqmExIqDkL2UqYutC-18" value="">
          <mxGeometry height="50" relative="1" width="50" as="geometry">
            <Array as="points">
              <mxPoint x="780" y="880" />
              <mxPoint x="540" y="880" />
              <mxPoint x="540" y="470" />
            </Array>
            <mxPoint x="700" y="680" as="sourcePoint" />
            <mxPoint x="750" y="630" as="targetPoint" />
+           </mxGeometry>
+         </mxCell>
+         <mxCell id="Kdow6Iuc8syX4Xdw33_D-1" parent="1" style="rounded=1;whiteSpace=wrap;html=1;" value="Logout" vertex="1">
+           <mxGeometry height="60" width="120" x="800" y="320" as="geometry" />
+         </mxCell>
+         <mxCell id="Kdow6Iuc8syX4Xdw33_D-3" edge="1" parent="1" source="SeFLqmExIqDkL2UqYutC-1" style="endArrow=classic;html=1;rounded=0;exitX=1;exitY=0.5;exitDx=0;exitDy=0;entryX=0.5;entryY=0;entryDx=0;entryDy=0;startArrow=classic;startFill=1;" target="Kdow6Iuc8syX4Xdw33_D-1" value="">
+           <mxGeometry height="50" relative="1" width="50" as="geometry">
+             <Array as="points">
+               <mxPoint x="860" y="230" />
+             </Array>
+             <mxPoint x="810" y="300" as="sourcePoint" />
+             <mxPoint x="860" y="250" as="targetPoint" />
          </mxGeometry>
        </mxCell>
      </root>
    </mxGraphModel>
  </diagram>
  <diagram id="mkO7bx2Sn57bQx9OmMo4" name="Admin">
    <mxGraphModel grid="1" page="1" gridSize="10" guides="1" tooltips="1" connect="1" arrows="1" fold="1" pageScale="1" pageWidth="827" pageHeight="1169" math="0" shadow="0">
      <root>
        <mxCell id="0" />
        <mxCell id="1" parent="0" />
        <mxCell id="RtO08f0cW3eGVKFn89si-3" parent="1" style="rounded=1;whiteSpace=wrap;html=1;" value="Dashboard" vertex="1">
          <mxGeometry height="60" width="120" x="280" y="400" as="geometry" />
        </mxCell>
        <mxCell id="RtO08f0cW3eGVKFn89si-6" parent="1" style="rounded=1;whiteSpace=wrap;html=1;" value="User Management" vertex="1">
          <mxGeometry height="60" width="120" x="1080" y="520" as="geometry" />
        </mxCell>
        <mxCell id="RtO08f0cW3eGVKFn89si-7" parent="1" style="rounded=1;whiteSpace=wrap;html=1;" value="Quiz Management" vertex="1">
          <mxGeometry height="60" width="120" x="280" y="520" as="geometry" />
        </mxCell>
        <mxCell id="Qi99rCsuk8ubYg0eP5lT-1" parent="1" style="rounded=1;whiteSpace=wrap;html=1;" value="Comment Management" vertex="1">
          <mxGeometry height="60" width="120" x="-520" y="520" as="geometry" />
        </mxCell>
        <mxCell id="TChvFKWjA1Qb72vUEFwb-1" edge="1" parent="1" source="RtO08f0cW3eGVKFn89si-3" style="endArrow=classic;startArrow=classic;html=1;rounded=0;exitX=0.5;exitY=1;exitDx=0;exitDy=0;entryX=0.5;entryY=0;entryDx=0;entryDy=0;" target="RtO08f0cW3eGVKFn89si-6" value="">
          <mxGeometry height="50" relative="1" width="50" as="geometry">
            <Array as="points">
              <mxPoint x="340" y="490" />
              <mxPoint x="1140" y="490" />
            </Array>
            <mxPoint x="510" y="490" as="sourcePoint" />
            <mxPoint x="560" y="440" as="targetPoint" />
          </mxGeometry>
        </mxCell>
        <mxCell id="TChvFKWjA1Qb72vUEFwb-2" edge="1" parent="1" source="RtO08f0cW3eGVKFn89si-7" style="endArrow=classic;startArrow=classic;html=1;rounded=0;entryX=0.5;entryY=1;entryDx=0;entryDy=0;exitX=0.5;exitY=0;exitDx=0;exitDy=0;" target="RtO08f0cW3eGVKFn89si-3" value="">
          <mxGeometry height="50" relative="1" width="50" as="geometry">
            <mxPoint x="150" y="450" as="sourcePoint" />
            <mxPoint x="200" y="400" as="targetPoint" />
          </mxGeometry>
        </mxCell>
        <mxCell id="TChvFKWjA1Qb72vUEFwb-3" edge="1" parent="1" source="Qi99rCsuk8ubYg0eP5lT-1" style="endArrow=classic;startArrow=classic;html=1;rounded=0;entryX=0.5;entryY=1;entryDx=0;entryDy=0;exitX=0.5;exitY=0;exitDx=0;exitDy=0;" target="RtO08f0cW3eGVKFn89si-3" value="">
          <mxGeometry height="50" relative="1" width="50" as="geometry">
            <Array as="points">
              <mxPoint x="-460" y="490" />
              <mxPoint x="340" y="490" />
            </Array>
            <mxPoint x="170" y="500" as="sourcePoint" />
            <mxPoint x="220" y="450" as="targetPoint" />
          </mxGeometry>
        </mxCell>
        <mxCell id="TChvFKWjA1Qb72vUEFwb-4" parent="1" style="rounded=1;whiteSpace=wrap;html=1;" value="Create User" vertex="1">
          <mxGeometry height="60" width="120" x="1080" y="640" as="geometry" />
        </mxCell>
        <mxCell id="TChvFKWjA1Qb72vUEFwb-5" parent="1" style="rounded=1;whiteSpace=wrap;html=1;" value="Edit User" vertex="1">
          <mxGeometry height="60" width="120" x="1241" y="640" as="geometry" />
        </mxCell>
        <mxCell id="TChvFKWjA1Qb72vUEFwb-6" parent="1" style="rounded=1;whiteSpace=wrap;html=1;" value="Delete User" vertex="1">
          <mxGeometry height="60" width="120" x="1400" y="640" as="geometry" />
        </mxCell>
        <mxCell id="Qo0vXZr-z4gNbuQPaUtf-1" parent="1" style="rounded=1;whiteSpace=wrap;html=1;" value="Search User" vertex="1">
          <mxGeometry height="60" width="120" x="760" y="640" as="geometry" />
        </mxCell>
        <mxCell id="Qo0vXZr-z4gNbuQPaUtf-2" parent="1" style="rounded=1;whiteSpace=wrap;html=1;" value="Filter Search User" vertex="1">
          <mxGeometry height="60" width="120" x="920" y="640" as="geometry" />
        </mxCell>
        <mxCell id="Qo0vXZr-z4gNbuQPaUtf-3" parent="1" style="rounded=1;whiteSpace=wrap;html=1;" value="Create Quiz" vertex="1">
          <mxGeometry height="60" width="120" x="280" y="640" as="geometry" />
        </mxCell>
        <mxCell id="Qo0vXZr-z4gNbuQPaUtf-4" parent="1" style="rounded=1;whiteSpace=wrap;html=1;" value="Edit Quiz" vertex="1">
          <mxGeometry height="60" width="120" x="440" y="640" as="geometry" />
        </mxCell>
        <mxCell id="Qo0vXZr-z4gNbuQPaUtf-5" parent="1" style="rounded=1;whiteSpace=wrap;html=1;" value="Delete Quiz" vertex="1">
          <mxGeometry height="60" width="120" x="600" y="640" as="geometry" />
        </mxCell>
        <mxCell id="Qo0vXZr-z4gNbuQPaUtf-6" parent="1" style="rounded=1;whiteSpace=wrap;html=1;" value="Search Quiz" vertex="1">
          <mxGeometry height="60" width="120" x="-40" y="640" as="geometry" />
        </mxCell>
        <mxCell id="Qo0vXZr-z4gNbuQPaUtf-7" parent="1" style="rounded=1;whiteSpace=wrap;html=1;" value="Filter Search Quiz" vertex="1">
          <mxGeometry height="60" width="120" x="120" y="640" as="geometry" />
        </mxCell>
        <mxCell id="Qo0vXZr-z4gNbuQPaUtf-8" parent="1" style="rounded=1;whiteSpace=wrap;html=1;" value="Create Comment" vertex="1">
          <mxGeometry height="60" width="120" x="-520" y="640" as="geometry" />
        </mxCell>
        <mxCell id="Qo0vXZr-z4gNbuQPaUtf-9" parent="1" style="rounded=1;whiteSpace=wrap;html=1;" value="Edit Comment" vertex="1">
          <mxGeometry height="60" width="120" x="-360" y="640" as="geometry" />
        </mxCell>
        <mxCell id="Qo0vXZr-z4gNbuQPaUtf-10" parent="1" style="rounded=1;whiteSpace=wrap;html=1;" value="Delete Comment" vertex="1">
          <mxGeometry height="60" width="120" x="-200" y="640" as="geometry" />
        </mxCell>
        <mxCell id="Qo0vXZr-z4gNbuQPaUtf-11" parent="1" style="rounded=1;whiteSpace=wrap;html=1;" value="Search Comment" vertex="1">
          <mxGeometry height="60" width="120" x="-840" y="640" as="geometry" />
        </mxCell>
        <mxCell id="Qo0vXZr-z4gNbuQPaUtf-12" parent="1" style="rounded=1;whiteSpace=wrap;html=1;" value="Filter Search Comment" vertex="1">
          <mxGeometry height="60" width="120" x="-680" y="640" as="geometry" />
        </mxCell>
        <mxCell id="Qo0vXZr-z4gNbuQPaUtf-13" edge="1" parent="1" source="Qo0vXZr-z4gNbuQPaUtf-6" style="endArrow=classic;startArrow=classic;html=1;rounded=0;entryX=0.5;entryY=1;entryDx=0;entryDy=0;exitX=0.5;exitY=0;exitDx=0;exitDy=0;" target="RtO08f0cW3eGVKFn89si-7" value="">
          <mxGeometry height="50" relative="1" width="50" as="geometry">
            <Array as="points">
              <mxPoint x="20" y="610" />
              <mxPoint x="340" y="610" />
            </Array>
            <mxPoint x="80" y="610" as="sourcePoint" />
            <mxPoint x="130" y="560" as="targetPoint" />
          </mxGeometry>
        </mxCell>
        <mxCell id="Qo0vXZr-z4gNbuQPaUtf-14" edge="1" parent="1" source="Qo0vXZr-z4gNbuQPaUtf-7" style="endArrow=classic;startArrow=classic;html=1;rounded=0;entryX=0.5;entryY=1;entryDx=0;entryDy=0;exitX=0.5;exitY=0;exitDx=0;exitDy=0;" target="RtO08f0cW3eGVKFn89si-7" value="">
          <mxGeometry height="50" relative="1" width="50" as="geometry">
            <Array as="points">
              <mxPoint x="180" y="610" />
              <mxPoint x="340" y="610" />
            </Array>
            <mxPoint x="90" y="620" as="sourcePoint" />
            <mxPoint x="140" y="570" as="targetPoint" />
          </mxGeometry>
        </mxCell>
        <mxCell id="Qo0vXZr-z4gNbuQPaUtf-15" edge="1" parent="1" source="Qo0vXZr-z4gNbuQPaUtf-3" style="endArrow=classic;startArrow=classic;html=1;rounded=0;exitX=0.5;exitY=0;exitDx=0;exitDy=0;entryX=0.5;entryY=1;entryDx=0;entryDy=0;" target="RtO08f0cW3eGVKFn89si-7" value="">
          <mxGeometry height="50" relative="1" width="50" as="geometry">
            <mxPoint x="370" y="630" as="sourcePoint" />
            <mxPoint x="420" y="580" as="targetPoint" />
          </mxGeometry>
        </mxCell>
        <mxCell id="Qo0vXZr-z4gNbuQPaUtf-16" edge="1" parent="1" source="Qo0vXZr-z4gNbuQPaUtf-4" style="endArrow=classic;startArrow=classic;html=1;rounded=0;exitX=0.5;exitY=0;exitDx=0;exitDy=0;entryX=0.5;entryY=1;entryDx=0;entryDy=0;" target="RtO08f0cW3eGVKFn89si-7" value="">
          <mxGeometry height="50" relative="1" width="50" as="geometry">
            <Array as="points">
              <mxPoint x="500" y="610" />
              <mxPoint x="340" y="610" />
            </Array>
            <mxPoint x="390" y="630" as="sourcePoint" />
            <mxPoint x="440" y="580" as="targetPoint" />
          </mxGeometry>
        </mxCell>
        <mxCell id="Qo0vXZr-z4gNbuQPaUtf-17" edge="1" parent="1" source="Qo0vXZr-z4gNbuQPaUtf-5" style="endArrow=classic;startArrow=classic;html=1;rounded=0;exitX=0.5;exitY=0;exitDx=0;exitDy=0;entryX=0.5;entryY=1;entryDx=0;entryDy=0;" target="RtO08f0cW3eGVKFn89si-7" value="">
          <mxGeometry height="50" relative="1" width="50" as="geometry">
            <Array as="points">
              <mxPoint x="660" y="610" />
              <mxPoint x="340" y="610" />
            </Array>
            <mxPoint x="550" y="600" as="sourcePoint" />
            <mxPoint x="600" y="550" as="targetPoint" />
          </mxGeometry>
        </mxCell>
        <mxCell id="Qo0vXZr-z4gNbuQPaUtf-18" edge="1" parent="1" source="Qo0vXZr-z4gNbuQPaUtf-1" style="endArrow=classic;startArrow=classic;html=1;rounded=0;entryX=0.5;entryY=1;entryDx=0;entryDy=0;exitX=0.5;exitY=0;exitDx=0;exitDy=0;" target="RtO08f0cW3eGVKFn89si-6" value="">
          <mxGeometry height="50" relative="1" width="50" as="geometry">
            <Array as="points">
              <mxPoint x="820" y="610" />
              <mxPoint x="1140" y="610" />
            </Array>
            <mxPoint x="820" y="640" as="sourcePoint" />
            <mxPoint x="1140" y="580" as="targetPoint" />
          </mxGeometry>
        </mxCell>
        <mxCell id="Qo0vXZr-z4gNbuQPaUtf-19" edge="1" parent="1" source="Qo0vXZr-z4gNbuQPaUtf-2" style="endArrow=classic;startArrow=classic;html=1;rounded=0;entryX=0.5;entryY=1;entryDx=0;entryDy=0;exitX=0.5;exitY=0;exitDx=0;exitDy=0;" target="RtO08f0cW3eGVKFn89si-6" value="">
          <mxGeometry height="50" relative="1" width="50" as="geometry">
            <Array as="points">
              <mxPoint x="980" y="610" />
              <mxPoint x="1140" y="610" />
            </Array>
            <mxPoint x="980" y="640" as="sourcePoint" />
            <mxPoint x="1140" y="580" as="targetPoint" />
          </mxGeometry>
        </mxCell>
        <mxCell id="Qo0vXZr-z4gNbuQPaUtf-20" edge="1" parent="1" source="TChvFKWjA1Qb72vUEFwb-4" style="endArrow=classic;startArrow=classic;html=1;rounded=0;exitX=0.5;exitY=0;exitDx=0;exitDy=0;entryX=0.5;entryY=1;entryDx=0;entryDy=0;" target="RtO08f0cW3eGVKFn89si-6" value="">
          <mxGeometry height="50" relative="1" width="50" as="geometry">
            <mxPoint x="1140" y="640" as="sourcePoint" />
            <mxPoint x="1140" y="580" as="targetPoint" />
          </mxGeometry>
        </mxCell>
        <mxCell id="Qo0vXZr-z4gNbuQPaUtf-21" edge="1" parent="1" source="TChvFKWjA1Qb72vUEFwb-5" style="endArrow=classic;startArrow=classic;html=1;rounded=0;exitX=0.5;exitY=0;exitDx=0;exitDy=0;entryX=0.5;entryY=1;entryDx=0;entryDy=0;" target="RtO08f0cW3eGVKFn89si-6" value="">
          <mxGeometry height="50" relative="1" width="50" as="geometry">
            <Array as="points">
              <mxPoint x="1300" y="610" />
              <mxPoint x="1140" y="610" />
            </Array>
            <mxPoint x="1300" y="640" as="sourcePoint" />
            <mxPoint x="1140" y="580" as="targetPoint" />
          </mxGeometry>
        </mxCell>
        <mxCell id="Qo0vXZr-z4gNbuQPaUtf-22" edge="1" parent="1" source="TChvFKWjA1Qb72vUEFwb-6" style="endArrow=classic;startArrow=classic;html=1;rounded=0;exitX=0.5;exitY=0;exitDx=0;exitDy=0;entryX=0.5;entryY=1;entryDx=0;entryDy=0;" target="RtO08f0cW3eGVKFn89si-6" value="">
          <mxGeometry height="50" relative="1" width="50" as="geometry">
            <Array as="points">
              <mxPoint x="1460" y="610" />
              <mxPoint x="1140" y="610" />
            </Array>
            <mxPoint x="1460" y="640" as="sourcePoint" />
            <mxPoint x="1140" y="580" as="targetPoint" />
          </mxGeometry>
        </mxCell>
        <mxCell id="Qo0vXZr-z4gNbuQPaUtf-28" edge="1" parent="1" source="Qo0vXZr-z4gNbuQPaUtf-11" style="endArrow=classic;startArrow=classic;html=1;rounded=0;entryX=0.5;entryY=1;entryDx=0;entryDy=0;exitX=0.5;exitY=0;exitDx=0;exitDy=0;" target="Qi99rCsuk8ubYg0eP5lT-1" value="">
          <mxGeometry height="50" relative="1" width="50" as="geometry">
            <Array as="points">
              <mxPoint x="-780" y="610" />
              <mxPoint x="-460" y="610" />
            </Array>
            <mxPoint x="-780" y="640" as="sourcePoint" />
            <mxPoint x="-460" y="580" as="targetPoint" />
          </mxGeometry>
        </mxCell>
        <mxCell id="Qo0vXZr-z4gNbuQPaUtf-29" edge="1" parent="1" source="Qo0vXZr-z4gNbuQPaUtf-12" style="endArrow=classic;startArrow=classic;html=1;rounded=0;entryX=0.5;entryY=1;entryDx=0;entryDy=0;exitX=0.5;exitY=0;exitDx=0;exitDy=0;" target="Qi99rCsuk8ubYg0eP5lT-1" value="">
          <mxGeometry height="50" relative="1" width="50" as="geometry">
            <Array as="points">
              <mxPoint x="-620" y="610" />
              <mxPoint x="-460" y="610" />
            </Array>
            <mxPoint x="-620" y="640" as="sourcePoint" />
            <mxPoint x="-460" y="580" as="targetPoint" />
          </mxGeometry>
        </mxCell>
        <mxCell id="Qo0vXZr-z4gNbuQPaUtf-30" edge="1" parent="1" source="Qo0vXZr-z4gNbuQPaUtf-8" style="endArrow=classic;startArrow=classic;html=1;rounded=0;exitX=0.5;exitY=0;exitDx=0;exitDy=0;entryX=0.5;entryY=1;entryDx=0;entryDy=0;" target="Qi99rCsuk8ubYg0eP5lT-1" value="">
          <mxGeometry height="50" relative="1" width="50" as="geometry">
            <mxPoint x="-460" y="640" as="sourcePoint" />
            <mxPoint x="-460" y="580" as="targetPoint" />
          </mxGeometry>
        </mxCell>
        <mxCell id="Qo0vXZr-z4gNbuQPaUtf-31" edge="1" parent="1" source="Qo0vXZr-z4gNbuQPaUtf-9" style="endArrow=classic;startArrow=classic;html=1;rounded=0;exitX=0.5;exitY=0;exitDx=0;exitDy=0;entryX=0.5;entryY=1;entryDx=0;entryDy=0;" target="Qi99rCsuk8ubYg0eP5lT-1" value="">
          <mxGeometry height="50" relative="1" width="50" as="geometry">
            <Array as="points">
              <mxPoint x="-300" y="610" />
              <mxPoint x="-460" y="610" />
            </Array>
            <mxPoint x="-300" y="640" as="sourcePoint" />
            <mxPoint x="-460" y="580" as="targetPoint" />
          </mxGeometry>
        </mxCell>
        <mxCell id="Qo0vXZr-z4gNbuQPaUtf-32" edge="1" parent="1" source="Qo0vXZr-z4gNbuQPaUtf-10" style="endArrow=classic;startArrow=classic;html=1;rounded=0;exitX=0.5;exitY=0;exitDx=0;exitDy=0;entryX=0.5;entryY=1;entryDx=0;entryDy=0;" target="Qi99rCsuk8ubYg0eP5lT-1" value="">
          <mxGeometry height="50" relative="1" width="50" as="geometry">
            <Array as="points">
              <mxPoint x="-140" y="610" />
              <mxPoint x="-460" y="610" />
            </Array>
            <mxPoint x="-140" y="640" as="sourcePoint" />
            <mxPoint x="-460" y="580" as="targetPoint" />
          </mxGeometry>
        </mxCell>
        <mxCell id="GIChC15OnropZVMo-Ahz-1" parent="1" style="rounded=1;whiteSpace=wrap;html=1;" value="Category Management" vertex="1">
          <mxGeometry height="60" width="120" x="-1240" y="520" as="geometry" />
        </mxCell>
        <mxCell id="GIChC15OnropZVMo-Ahz-2" parent="1" style="rounded=1;whiteSpace=wrap;html=1;" value="Create Category" vertex="1">
          <mxGeometry height="60" width="120" x="-1320" y="640" as="geometry" />
        </mxCell>
        <mxCell id="GIChC15OnropZVMo-Ahz-3" parent="1" style="rounded=1;whiteSpace=wrap;html=1;" value="Edit Category" vertex="1">
          <mxGeometry height="60" width="120" x="-1160" y="640" as="geometry" />
        </mxCell>
        <mxCell id="GIChC15OnropZVMo-Ahz-4" parent="1" style="rounded=1;whiteSpace=wrap;html=1;" value="Delete Category" vertex="1">
          <mxGeometry height="60" width="120" x="-1000" y="640" as="geometry" />
        </mxCell>
        <mxCell id="GIChC15OnropZVMo-Ahz-5" parent="1" style="rounded=1;whiteSpace=wrap;html=1;" value="Search Category" vertex="1">
          <mxGeometry height="60" width="120" x="-1480" y="640" as="geometry" />
        </mxCell>
        <mxCell id="GIChC15OnropZVMo-Ahz-7" edge="1" parent="1" source="GIChC15OnropZVMo-Ahz-5" style="endArrow=classic;startArrow=classic;html=1;rounded=0;entryX=0.5;entryY=1;entryDx=0;entryDy=0;exitX=0.5;exitY=0;exitDx=0;exitDy=0;" target="GIChC15OnropZVMo-Ahz-1" value="">
          <mxGeometry height="50" relative="1" width="50" as="geometry">
            <Array as="points">
              <mxPoint x="-1420" y="610" />
              <mxPoint x="-1180" y="610" />
            </Array>
            <mxPoint x="-1580" y="640" as="sourcePoint" />
            <mxPoint x="-1260" y="580" as="targetPoint" />
          </mxGeometry>
        </mxCell>
        <mxCell id="GIChC15OnropZVMo-Ahz-9" edge="1" parent="1" source="GIChC15OnropZVMo-Ahz-2" style="endArrow=classic;startArrow=classic;html=1;rounded=0;exitX=0.5;exitY=0;exitDx=0;exitDy=0;entryX=0.5;entryY=1;entryDx=0;entryDy=0;" target="GIChC15OnropZVMo-Ahz-1" value="">
          <mxGeometry height="50" relative="1" width="50" as="geometry">
            <Array as="points">
              <mxPoint x="-1260" y="610" />
              <mxPoint x="-1180" y="610" />
            </Array>
            <mxPoint x="-1260" y="640" as="sourcePoint" />
            <mxPoint x="-1260" y="580" as="targetPoint" />
          </mxGeometry>
        </mxCell>
        <mxCell id="GIChC15OnropZVMo-Ahz-10" edge="1" parent="1" source="GIChC15OnropZVMo-Ahz-3" style="endArrow=classic;startArrow=classic;html=1;rounded=0;exitX=0.5;exitY=0;exitDx=0;exitDy=0;entryX=0.5;entryY=1;entryDx=0;entryDy=0;" target="GIChC15OnropZVMo-Ahz-1" value="">
          <mxGeometry height="50" relative="1" width="50" as="geometry">
            <Array as="points">
              <mxPoint x="-1100" y="610" />
              <mxPoint x="-1180" y="610" />
            </Array>
            <mxPoint x="-1100" y="640" as="sourcePoint" />
            <mxPoint x="-1260" y="580" as="targetPoint" />
          </mxGeometry>
        </mxCell>
        <mxCell id="GIChC15OnropZVMo-Ahz-11" edge="1" parent="1" source="GIChC15OnropZVMo-Ahz-4" style="endArrow=classic;startArrow=classic;html=1;rounded=0;exitX=0.5;exitY=0;exitDx=0;exitDy=0;entryX=0.5;entryY=1;entryDx=0;entryDy=0;" target="GIChC15OnropZVMo-Ahz-1" value="">
          <mxGeometry height="50" relative="1" width="50" as="geometry">
            <Array as="points">
              <mxPoint x="-940" y="610" />
              <mxPoint x="-1180" y="610" />
            </Array>
            <mxPoint x="-940" y="640" as="sourcePoint" />
            <mxPoint x="-1260" y="580" as="targetPoint" />
          </mxGeometry>
        </mxCell>
        <mxCell id="GIChC15OnropZVMo-Ahz-12" edge="1" parent="1" source="GIChC15OnropZVMo-Ahz-1" style="endArrow=classic;startArrow=classic;html=1;rounded=0;exitX=0.5;exitY=0;exitDx=0;exitDy=0;entryX=0.5;entryY=1;entryDx=0;entryDy=0;" target="RtO08f0cW3eGVKFn89si-3" value="">
          <mxGeometry height="50" relative="1" width="50" as="geometry">
            <Array as="points">
              <mxPoint x="-1180" y="490" />
              <mxPoint x="340" y="490" />
            </Array>
            <mxPoint x="-840" y="450" as="sourcePoint" />
            <mxPoint x="-790" y="400" as="targetPoint" />
          </mxGeometry>
        </mxCell>
        <mxCell id="572GUtn1EuNUQSqaK8N5-1" edge="1" parent="1" source="572GUtn1EuNUQSqaK8N5-2" style="edgeStyle=orthogonalEdgeStyle;rounded=0;orthogonalLoop=1;jettySize=auto;html=1;entryX=0.5;entryY=0;entryDx=0;entryDy=0;" target="RtO08f0cW3eGVKFn89si-3" value="">
          <mxGeometry relative="1" as="geometry">
            <mxPoint x="340" y="400" as="targetPoint" />
          </mxGeometry>
        </mxCell>
        <mxCell id="572GUtn1EuNUQSqaK8N5-2" parent="1" style="rounded=1;whiteSpace=wrap;html=1;" value="2FA Code" vertex="1">
          <mxGeometry height="60" width="120" x="280" y="270" as="geometry" />
        </mxCell>
        <mxCell id="572GUtn1EuNUQSqaK8N5-3" edge="1" parent="1" source="572GUtn1EuNUQSqaK8N5-4" style="edgeStyle=orthogonalEdgeStyle;rounded=0;orthogonalLoop=1;jettySize=auto;html=1;" target="572GUtn1EuNUQSqaK8N5-2" value="">
          <mxGeometry relative="1" as="geometry" />
        </mxCell>
        <mxCell id="572GUtn1EuNUQSqaK8N5-4" parent="1" style="rounded=1;whiteSpace=wrap;html=1;" value="Login" vertex="1">
          <mxGeometry height="60" width="120" x="280" y="150" as="geometry" />
        </mxCell>
        <mxCell id="572GUtn1EuNUQSqaK8N5-6" edge="1" parent="1" source="572GUtn1EuNUQSqaK8N5-5" style="edgeStyle=orthogonalEdgeStyle;rounded=0;orthogonalLoop=1;jettySize=auto;html=1;" target="572GUtn1EuNUQSqaK8N5-4" value="">
          <mxGeometry relative="1" as="geometry" />
        </mxCell>
        <mxCell id="572GUtn1EuNUQSqaK8N5-5" parent="1" style="rounded=1;whiteSpace=wrap;html=1;" value="Home" vertex="1">
          <mxGeometry height="60" width="120" x="280" y="40" as="geometry" />
        </mxCell>
+         <mxCell id="SjMrNISzUvWHR2gZkr00-1" parent="1" style="rounded=1;whiteSpace=wrap;html=1;" value="Logout" vertex="1">
+           <mxGeometry height="60" width="120" x="1241" y="520" as="geometry" />
+         </mxCell>
+         <mxCell id="SjMrNISzUvWHR2gZkr00-3" edge="1" parent="1" source="RtO08f0cW3eGVKFn89si-3" style="endArrow=classic;html=1;rounded=0;entryX=0.5;entryY=0;entryDx=0;entryDy=0;exitX=0.75;exitY=1;exitDx=0;exitDy=0;" target="SjMrNISzUvWHR2gZkr00-1" value="">
+           <mxGeometry height="50" relative="1" width="50" as="geometry">
+             <Array as="points">
+               <mxPoint x="370" y="480" />
+               <mxPoint x="1300" y="480" />
+             </Array>
+             <mxPoint x="320" y="560" as="sourcePoint" />
+             <mxPoint x="370" y="510" as="targetPoint" />
+           </mxGeometry>
+         </mxCell>
+         <mxCell id="6n0vYzN4RMWwWniU4Ahf-1" edge="1" parent="1" source="SjMrNISzUvWHR2gZkr00-1" style="endArrow=classic;html=1;rounded=0;exitX=1;exitY=0.5;exitDx=0;exitDy=0;entryX=1;entryY=0.5;entryDx=0;entryDy=0;" target="572GUtn1EuNUQSqaK8N5-5" value="">
+           <mxGeometry height="50" relative="1" width="50" as="geometry">
+             <Array as="points">
+               <mxPoint x="1390" y="550" />
+               <mxPoint x="1390" y="70" />
+             </Array>
+             <mxPoint x="590" y="560" as="sourcePoint" />
+             <mxPoint x="640" y="510" as="targetPoint" />
+           </mxGeometry>
+         </mxCell>
      </root>
    </mxGraphModel>
  </diagram>
  <diagram id="pOTUHxP6d4JPDoFP0Bd2" name="Super Admin">
    <mxGraphModel grid="1" page="1" gridSize="10" guides="1" tooltips="1" connect="1" arrows="1" fold="1" pageScale="1" pageWidth="827" pageHeight="1169" math="0" shadow="0">
      <root>
        <mxCell id="0" />
        <mxCell id="1" parent="0" />
        <mxCell id="oNKKmbbVHfFKQyjSqEwY-1" parent="1" style="rounded=1;whiteSpace=wrap;html=1;" value="Admin Management" vertex="1">
          <mxGeometry height="60" width="120" x="440" y="400" as="geometry" />
        </mxCell>
        <mxCell id="oNKKmbbVHfFKQyjSqEwY-2" parent="1" style="rounded=1;whiteSpace=wrap;html=1;" value="Create Admin" vertex="1">
          <mxGeometry height="60" width="120" x="440" y="520" as="geometry" />
        </mxCell>
        <mxCell id="oNKKmbbVHfFKQyjSqEwY-3" parent="1" style="rounded=1;whiteSpace=wrap;html=1;" value="Edit Admin" vertex="1">
          <mxGeometry height="60" width="120" x="601" y="520" as="geometry" />
        </mxCell>
        <mxCell id="oNKKmbbVHfFKQyjSqEwY-4" parent="1" style="rounded=1;whiteSpace=wrap;html=1;" value="Delete Admin" vertex="1">
          <mxGeometry height="60" width="120" x="760" y="520" as="geometry" />
        </mxCell>
        <mxCell id="oNKKmbbVHfFKQyjSqEwY-5" parent="1" style="rounded=1;whiteSpace=wrap;html=1;" value="Search Admin" vertex="1">
          <mxGeometry height="60" width="120" x="120" y="520" as="geometry" />
        </mxCell>
        <mxCell id="oNKKmbbVHfFKQyjSqEwY-6" parent="1" style="rounded=1;whiteSpace=wrap;html=1;" value="Filter Search Admin" vertex="1">
          <mxGeometry height="60" width="120" x="280" y="520" as="geometry" />
        </mxCell>
        <mxCell id="oNKKmbbVHfFKQyjSqEwY-7" edge="1" parent="1" source="oNKKmbbVHfFKQyjSqEwY-5" style="endArrow=classic;startArrow=classic;html=1;rounded=0;entryX=0.5;entryY=1;entryDx=0;entryDy=0;exitX=0.5;exitY=0;exitDx=0;exitDy=0;" target="oNKKmbbVHfFKQyjSqEwY-1" value="">
          <mxGeometry height="50" relative="1" width="50" as="geometry">
            <Array as="points">
              <mxPoint x="180" y="490" />
              <mxPoint x="500" y="490" />
            </Array>
            <mxPoint x="180" y="520" as="sourcePoint" />
            <mxPoint x="500" y="460" as="targetPoint" />
          </mxGeometry>
        </mxCell>
        <mxCell id="oNKKmbbVHfFKQyjSqEwY-8" edge="1" parent="1" source="oNKKmbbVHfFKQyjSqEwY-6" style="endArrow=classic;startArrow=classic;html=1;rounded=0;entryX=0.5;entryY=1;entryDx=0;entryDy=0;exitX=0.5;exitY=0;exitDx=0;exitDy=0;" target="oNKKmbbVHfFKQyjSqEwY-1" value="">
          <mxGeometry height="50" relative="1" width="50" as="geometry">
            <Array as="points">
              <mxPoint x="340" y="490" />
              <mxPoint x="500" y="490" />
            </Array>
            <mxPoint x="340" y="520" as="sourcePoint" />
            <mxPoint x="500" y="460" as="targetPoint" />
          </mxGeometry>
        </mxCell>
        <mxCell id="oNKKmbbVHfFKQyjSqEwY-9" edge="1" parent="1" source="oNKKmbbVHfFKQyjSqEwY-2" style="endArrow=classic;startArrow=classic;html=1;rounded=0;exitX=0.5;exitY=0;exitDx=0;exitDy=0;entryX=0.5;entryY=1;entryDx=0;entryDy=0;" target="oNKKmbbVHfFKQyjSqEwY-1" value="">
          <mxGeometry height="50" relative="1" width="50" as="geometry">
            <mxPoint x="500" y="520" as="sourcePoint" />
            <mxPoint x="500" y="460" as="targetPoint" />
          </mxGeometry>
        </mxCell>
        <mxCell id="oNKKmbbVHfFKQyjSqEwY-10" edge="1" parent="1" source="oNKKmbbVHfFKQyjSqEwY-3" style="endArrow=classic;startArrow=classic;html=1;rounded=0;exitX=0.5;exitY=0;exitDx=0;exitDy=0;entryX=0.5;entryY=1;entryDx=0;entryDy=0;" target="oNKKmbbVHfFKQyjSqEwY-1" value="">
          <mxGeometry height="50" relative="1" width="50" as="geometry">
            <Array as="points">
              <mxPoint x="660" y="490" />
              <mxPoint x="500" y="490" />
            </Array>
            <mxPoint x="660" y="520" as="sourcePoint" />
            <mxPoint x="500" y="460" as="targetPoint" />
          </mxGeometry>
        </mxCell>
        <mxCell id="oNKKmbbVHfFKQyjSqEwY-11" edge="1" parent="1" source="oNKKmbbVHfFKQyjSqEwY-4" style="endArrow=classic;startArrow=classic;html=1;rounded=0;exitX=0.5;exitY=0;exitDx=0;exitDy=0;entryX=0.5;entryY=1;entryDx=0;entryDy=0;" target="oNKKmbbVHfFKQyjSqEwY-1" value="">
          <mxGeometry height="50" relative="1" width="50" as="geometry">
            <Array as="points">
              <mxPoint x="820" y="490" />
              <mxPoint x="500" y="490" />
            </Array>
            <mxPoint x="820" y="520" as="sourcePoint" />
            <mxPoint x="500" y="460" as="targetPoint" />
          </mxGeometry>
        </mxCell>
        <mxCell id="DimcKoT7Yv6pY2gGuiQC-1" parent="1" style="rounded=1;whiteSpace=wrap;html=1;" value="Dashboard" vertex="1">
-           <mxGeometry height="60" width="120" x="760" y="280" as="geometry" />
+           <mxGeometry height="60" width="120" x="1080" y="280" as="geometry" />
        </mxCell>
        <mxCell id="DimcKoT7Yv6pY2gGuiQC-2" edge="1" parent="1" source="oNKKmbbVHfFKQyjSqEwY-1" style="endArrow=classic;startArrow=classic;html=1;rounded=0;entryX=0.5;entryY=1;entryDx=0;entryDy=0;exitX=0.5;exitY=0;exitDx=0;exitDy=0;" target="DimcKoT7Yv6pY2gGuiQC-1" value="">
          <mxGeometry height="50" relative="1" width="50" as="geometry">
            <Array as="points">
              <mxPoint x="500" y="370" />
-               <mxPoint x="820" y="370" />
+               <mxPoint x="1140" y="370" />
            </Array>
            <mxPoint x="450" y="380" as="sourcePoint" />
            <mxPoint x="500" y="330" as="targetPoint" />
          </mxGeometry>
        </mxCell>
        <mxCell id="DimcKoT7Yv6pY2gGuiQC-3" parent="1" style="rounded=1;whiteSpace=wrap;html=1;" value="Log" vertex="1">
          <mxGeometry height="60" width="120" x="1080" y="400" as="geometry" />
        </mxCell>
        <mxCell id="DimcKoT7Yv6pY2gGuiQC-4" parent="1" style="rounded=1;whiteSpace=wrap;html=1;" value="Search User" vertex="1">
          <mxGeometry height="60" width="120" x="920" y="520" as="geometry" />
        </mxCell>
        <mxCell id="DimcKoT7Yv6pY2gGuiQC-5" parent="1" style="rounded=1;whiteSpace=wrap;html=1;" value="Filter Search User" vertex="1">
          <mxGeometry height="60" width="120" x="1080" y="520" as="geometry" />
        </mxCell>
        <mxCell id="DimcKoT7Yv6pY2gGuiQC-6" edge="1" parent="1" source="DimcKoT7Yv6pY2gGuiQC-3" style="endArrow=classic;startArrow=classic;html=1;rounded=0;exitX=0.5;exitY=0;exitDx=0;exitDy=0;entryX=0.5;entryY=1;entryDx=0;entryDy=0;" target="DimcKoT7Yv6pY2gGuiQC-1" value="">
          <mxGeometry height="50" relative="1" width="50" as="geometry">
-             <Array as="points">
-               <mxPoint x="1140" y="370" />
-               <mxPoint x="820" y="370" />
-             </Array>
+             <Array as="points" />
            <mxPoint x="740" y="420" as="sourcePoint" />
            <mxPoint x="790" y="370" as="targetPoint" />
          </mxGeometry>
        </mxCell>
        <mxCell id="DimcKoT7Yv6pY2gGuiQC-7" edge="1" parent="1" source="DimcKoT7Yv6pY2gGuiQC-4" style="endArrow=classic;startArrow=classic;html=1;rounded=0;exitX=0.5;exitY=0;exitDx=0;exitDy=0;entryX=0.5;entryY=1;entryDx=0;entryDy=0;" target="DimcKoT7Yv6pY2gGuiQC-3" value="">
          <mxGeometry height="50" relative="1" width="50" as="geometry">
            <Array as="points">
              <mxPoint x="980" y="490" />
              <mxPoint x="1140" y="490" />
            </Array>
            <mxPoint x="860" y="500" as="sourcePoint" />
            <mxPoint x="910" y="450" as="targetPoint" />
          </mxGeometry>
        </mxCell>
        <mxCell id="DimcKoT7Yv6pY2gGuiQC-8" edge="1" parent="1" source="DimcKoT7Yv6pY2gGuiQC-5" style="endArrow=classic;startArrow=classic;html=1;rounded=0;exitX=0.5;exitY=0;exitDx=0;exitDy=0;entryX=0.5;entryY=1;entryDx=0;entryDy=0;" target="DimcKoT7Yv6pY2gGuiQC-3" value="">
          <mxGeometry height="50" relative="1" width="50" as="geometry">
            <Array as="points" />
            <mxPoint x="1160" y="500" as="sourcePoint" />
            <mxPoint x="1210" y="450" as="targetPoint" />
          </mxGeometry>
        </mxCell>
        <mxCell id="VoCAKUho7urXj5IoscYF-1" parent="1" style="rounded=1;whiteSpace=wrap;html=1;" value="Print PDF" vertex="1">
          <mxGeometry height="60" width="120" x="1241" y="520" as="geometry" />
        </mxCell>
        <mxCell id="VoCAKUho7urXj5IoscYF-2" edge="1" parent="1" source="DimcKoT7Yv6pY2gGuiQC-3" style="endArrow=classic;startArrow=classic;html=1;rounded=0;exitX=0.5;exitY=1;exitDx=0;exitDy=0;entryX=0.5;entryY=0;entryDx=0;entryDy=0;" target="VoCAKUho7urXj5IoscYF-1" value="">
          <mxGeometry height="50" relative="1" width="50" as="geometry">
            <Array as="points">
              <mxPoint x="1140" y="490" />
              <mxPoint x="1300" y="490" />
            </Array>
            <mxPoint x="1200" y="480" as="sourcePoint" />
            <mxPoint x="1270.7106781186549" y="430" as="targetPoint" />
          </mxGeometry>
        </mxCell>
        <mxCell id="8d5jV-ZP1zWRZ5kPIqu2-4" edge="1" parent="1" source="8d5jV-ZP1zWRZ5kPIqu2-1" style="edgeStyle=orthogonalEdgeStyle;rounded=0;orthogonalLoop=1;jettySize=auto;html=1;" target="DimcKoT7Yv6pY2gGuiQC-1" value="">
          <mxGeometry relative="1" as="geometry" />
        </mxCell>
        <mxCell id="8d5jV-ZP1zWRZ5kPIqu2-1" parent="1" style="rounded=1;whiteSpace=wrap;html=1;" value="2FA Code" vertex="1">
-           <mxGeometry height="60" width="120" x="760" y="160" as="geometry" />
+           <mxGeometry height="60" width="120" x="1080" y="160" as="geometry" />
        </mxCell>
        <mxCell id="8d5jV-ZP1zWRZ5kPIqu2-3" edge="1" parent="1" source="8d5jV-ZP1zWRZ5kPIqu2-2" style="edgeStyle=orthogonalEdgeStyle;rounded=0;orthogonalLoop=1;jettySize=auto;html=1;" target="8d5jV-ZP1zWRZ5kPIqu2-1" value="">
          <mxGeometry relative="1" as="geometry" />
        </mxCell>
        <mxCell id="8d5jV-ZP1zWRZ5kPIqu2-2" parent="1" style="rounded=1;whiteSpace=wrap;html=1;" value="Login" vertex="1">
-           <mxGeometry height="60" width="120" x="760" y="40" as="geometry" />
+           <mxGeometry height="60" width="120" x="1080" y="40" as="geometry" />
        </mxCell>
        <mxCell id="td99LEruKVlZq-lWqGZr-2" edge="1" parent="1" source="td99LEruKVlZq-lWqGZr-1" style="edgeStyle=orthogonalEdgeStyle;rounded=0;orthogonalLoop=1;jettySize=auto;html=1;" target="8d5jV-ZP1zWRZ5kPIqu2-2" value="">
          <mxGeometry relative="1" as="geometry" />
        </mxCell>
        <mxCell id="td99LEruKVlZq-lWqGZr-1" parent="1" style="rounded=1;whiteSpace=wrap;html=1;" value="Home" vertex="1">
-           <mxGeometry height="60" width="120" x="760" y="-80" as="geometry" />
+           <mxGeometry height="60" width="120" x="1080" y="-80" as="geometry" />
+         </mxCell>
+         <mxCell id="cino5_eAI1w6lbTmCaha-1" parent="1" style="rounded=1;whiteSpace=wrap;html=1;" value="Logout" vertex="1">
+           <mxGeometry height="60" width="120" x="1241" y="400" as="geometry" />
+         </mxCell>
+         <mxCell id="cino5_eAI1w6lbTmCaha-2" edge="1" parent="1" source="DimcKoT7Yv6pY2gGuiQC-1" style="endArrow=classic;html=1;rounded=0;exitX=0.75;exitY=1;exitDx=0;exitDy=0;entryX=0.5;entryY=0;entryDx=0;entryDy=0;" target="cino5_eAI1w6lbTmCaha-1" value="">
+           <mxGeometry height="50" relative="1" width="50" as="geometry">
+             <Array as="points">
+               <mxPoint x="1170" y="370" />
+               <mxPoint x="1300" y="370" />
+             </Array>
+             <mxPoint x="1260" y="380" as="sourcePoint" />
+             <mxPoint x="1310" y="330" as="targetPoint" />
+           </mxGeometry>
+         </mxCell>
+         <mxCell id="cino5_eAI1w6lbTmCaha-3" edge="1" parent="1" source="cino5_eAI1w6lbTmCaha-1" style="endArrow=classic;html=1;rounded=0;exitX=1;exitY=0.5;exitDx=0;exitDy=0;entryX=1;entryY=0.5;entryDx=0;entryDy=0;" target="td99LEruKVlZq-lWqGZr-1" value="">
+           <mxGeometry height="50" relative="1" width="50" as="geometry">
+             <Array as="points">
+               <mxPoint x="1390" y="430" />
+               <mxPoint x="1390" y="-50" />
+             </Array>
+             <mxPoint x="1390" y="460" as="sourcePoint" />
+             <mxPoint x="1440" y="410" as="targetPoint" />
+           </mxGeometry>
        </mxCell>
      </root>
    </mxGraphModel>
  </diagram>
</mxfile>
